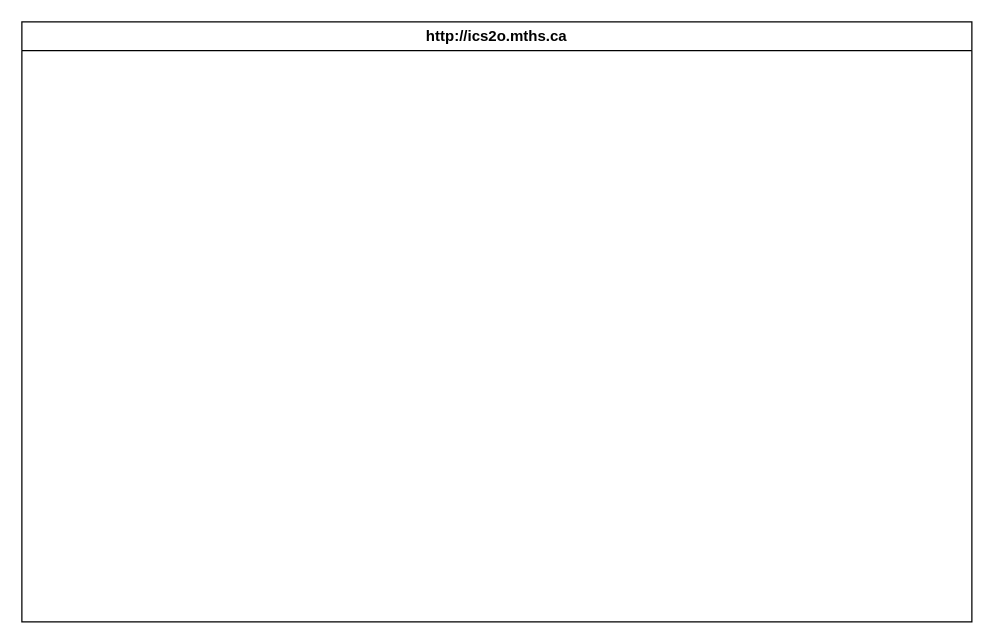
Earlier version of the draw.io diagram design/storyboard.drawio (MTHS-ICD2O-1-2023/ICD2O-Unit-6-04-hai-tran-2). Source tidied: cells renumbered, new cells numbered last; positions are measured from the earlier drawing's top-left corner, leaving out a move shared by most shapes. Both pictures are drawn from the tidied source at 125%, with x=0, y=0 at pixel (21, 21).
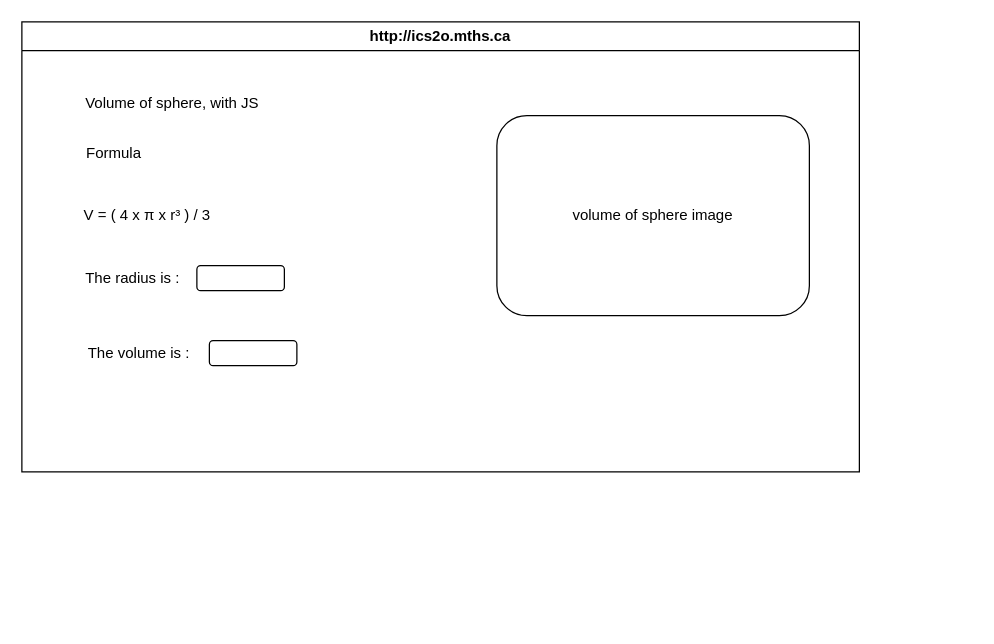
The same diagram, later.

Commit message (it also covers changes not shown here):
add storyboard and flowchart

What changed in the source:
```diff
@@
 <mxGraphModel>
   <root>
     <mxCell id="0" />
     <mxCell id="1" parent="0" />
     <mxCell id="2" value="http://ics2o.mths.ca" style="swimlane;whiteSpace=wrap;html=1;" parent="1" vertex="1">
-      <mxGeometry width="760" height="480" as="geometry" />
+      <mxGeometry width="670" height="360" as="geometry" />
     </mxCell>
+    <mxCell id="3" value="Volume of sphere, with JS" style="text;html=1;align=center;verticalAlign=middle;strokeColor=none;fillColor=none;" parent="2" vertex="1">
+      <mxGeometry x="40" y="50" width="160" height="30" as="geometry" />
+    </mxCell>
+    <mxCell id="4" value="Formula&amp;nbsp;" style="text;html=1;align=center;verticalAlign=middle;strokeColor=none;fillColor=none;" parent="2" vertex="1">
+      <mxGeometry x="40" y="90" width="70" height="30" as="geometry" />
+    </mxCell>
+    <mxCell id="5" value="V = ( 4 x π x r³ ) / 3" style="text;html=1;align=center;verticalAlign=middle;strokeColor=none;fillColor=none;" parent="2" vertex="1">
+      <mxGeometry x="40" y="140" width="120" height="30" as="geometry" />
+    </mxCell>
+    <mxCell id="6" value="The radius is :&amp;nbsp;" style="text;html=1;align=center;verticalAlign=middle;strokeColor=none;fillColor=none;" parent="2" vertex="1">
+      <mxGeometry x="40" y="190" width="100" height="30" as="geometry" />
+    </mxCell>
+    <mxCell id="7" value="The volume is :&amp;nbsp;" style="text;html=1;align=center;verticalAlign=middle;strokeColor=none;fillColor=none;" parent="2" vertex="1">
+      <mxGeometry x="40" y="250" width="110" height="30" as="geometry" />
+    </mxCell>
+    <mxCell id="8" style="rounded=1;whiteSpace=wrap;html=1;" parent="2" vertex="1">
+      <mxGeometry x="140" y="195" width="70" height="20" as="geometry" />
+    </mxCell>
+    <mxCell id="9" style="rounded=1;whiteSpace=wrap;html=1;" parent="2" vertex="1">
+      <mxGeometry x="150" y="255" width="70" height="20" as="geometry" />
+    </mxCell>
+    <mxCell id="10" value="volume of sphere image" style="rounded=1;whiteSpace=wrap;html=1;" parent="2" vertex="1">
+      <mxGeometry x="380" y="75" width="250" height="160" as="geometry" />
+    </mxCell>
   </root>
 </mxGraphModel>
```
